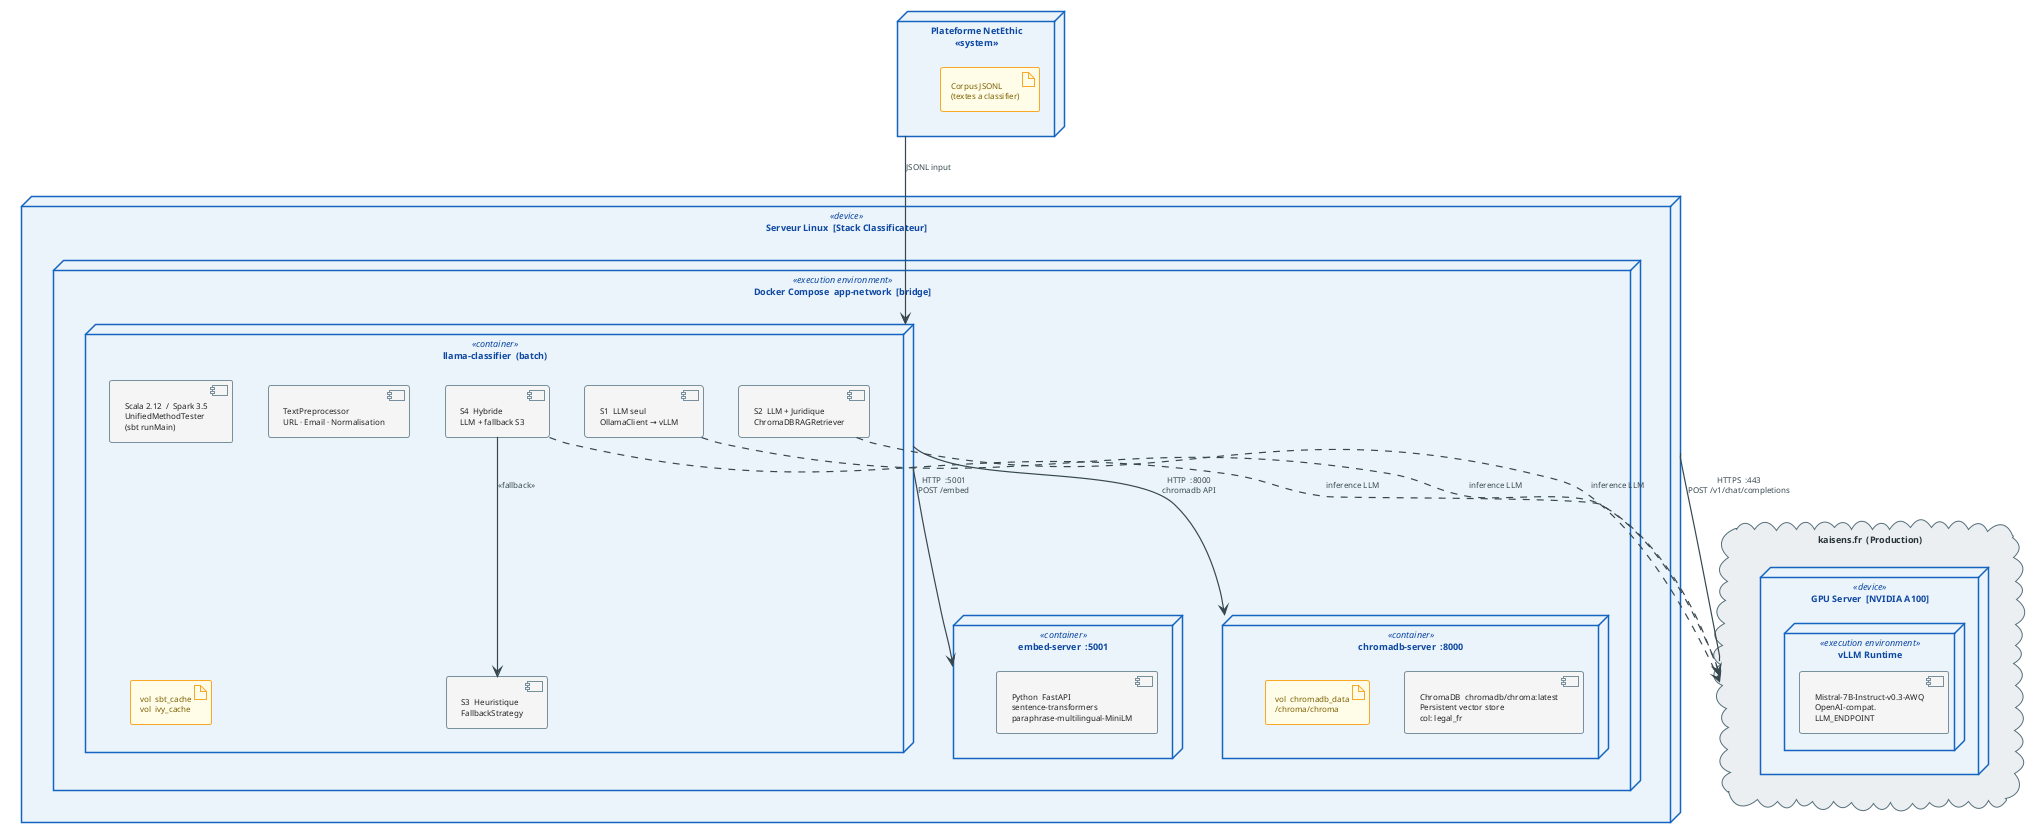
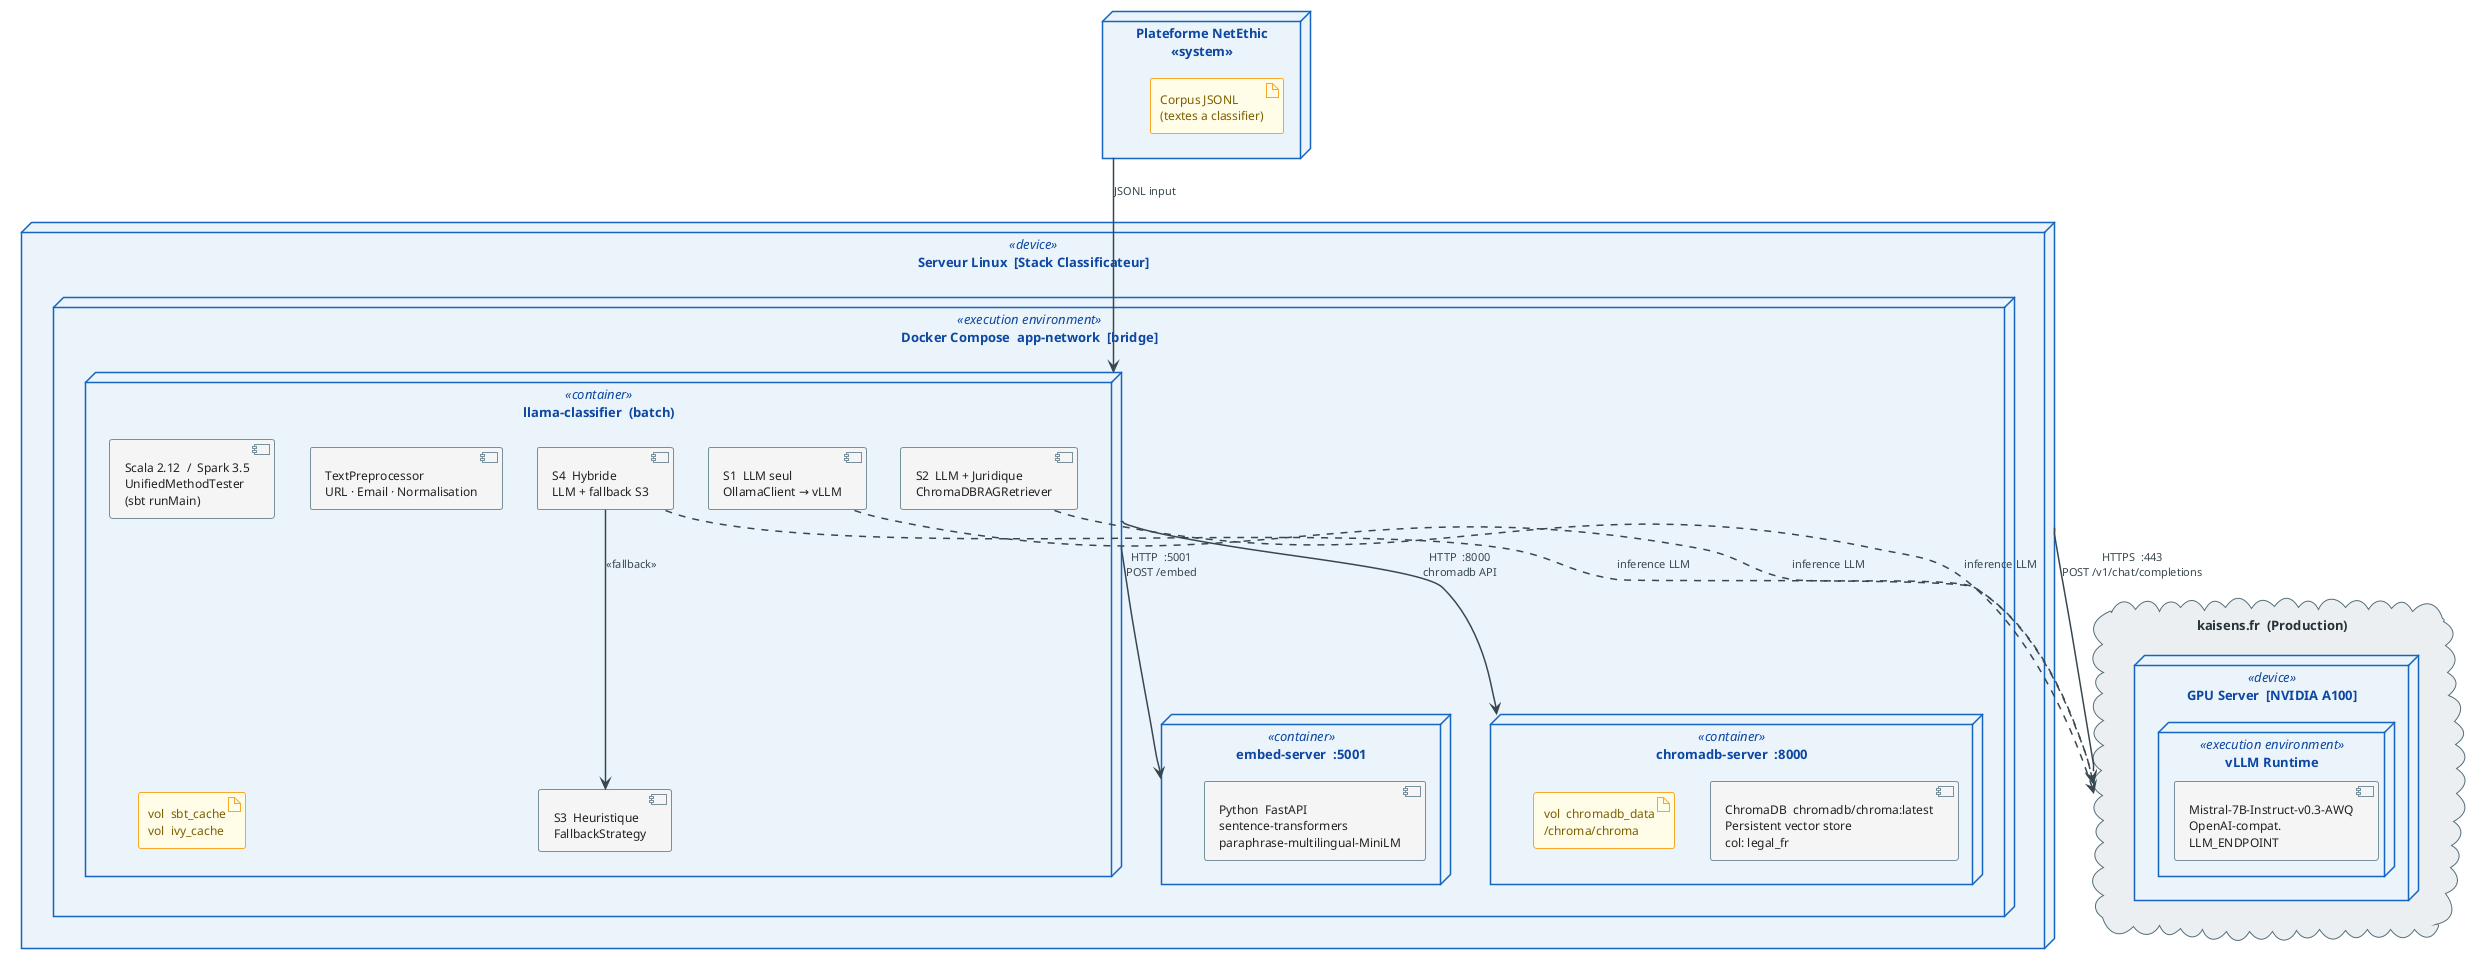
﻿@startuml deploiement_classificateur
!theme plain
skinparam defaultFontName Arial
- skinparam defaultFontSize 9
+ skinparam defaultFontSize 13
skinparam shadowing false

skinparam node {
  BackgroundColor #EBF4FB
  BorderColor     #1565C0
  BorderThickness 1.5
  FontColor       #0D47A1
-   FontSize        9
+   FontSize        13
}
skinparam artifact {
  BackgroundColor #FFFDE7
  BorderColor     #F9A825
  FontColor       #7B5E00
-   FontSize        8
+   FontSize        12
}
skinparam component {
  BackgroundColor #F5F5F5
  BorderColor     #78909C
  FontColor       #212121
-   FontSize        8
+   FontSize        12
}
skinparam cloud {
  BackgroundColor #ECEFF1
  BorderColor     #546E7A
  FontColor       #263238
}
skinparam arrow {
  Color     #37474F
-   Thickness 1.2
-   FontSize  8
+   Thickness 1.5
+   FontSize  11
  FontColor #37474F
}


' ─── CLIENT ────────────────────────────────────────────────
node "Plateforme NetEthic\n<<system>>" as CLI {
  artifact "Corpus JSONL\n(textes a classifier)" as BR
}

' ─── STACK CLASSIFICATEUR ──────────────────────────────────
node "Serveur Linux  [Stack Classificateur]" <<device>> as HOST {
  node "Docker Compose  app-network  [bridge]" <<execution environment>> as NET {

    node "embed-server  :5001" <<container>> as EMB {
      component "Python  FastAPI\nsentence-transformers\nparaphrase-multilingual-MiniLM" as SVC_EMB
    }

    node "chromadb-server  :8000" <<container>> as CHR {
      component "ChromaDB  chromadb/chroma:latest\nPersistent vector store\ncol: legal_fr" as SVC_CHR
      artifact "vol  chromadb_data\n/chroma/chroma" as VOL_CHR
    }

    node "llama-classifier  (batch)" <<container>> as APP {
      component "Scala 2.12  /  Spark 3.5\nUnifiedMethodTester\n(sbt runMain)" as SVC_SBT
      component "S1  LLM seul\nOllamaClient → vLLM" as S1
      component "S2  LLM + Juridique\nChromaDBRAGRetriever" as S2
      component "S3  Heuristique\nFallbackStrategy" as S3
      component "S4  Hybride\nLLM + fallback S3" as S4
      component "TextPreprocessor\nURL · Email · Normalisation" as PREP
      artifact "vol  sbt_cache\nvol  ivy_cache" as VOL_SBT
    }
  }
}

' ─── LLM EXTERNE ───────────────────────────────────────────
cloud "kaisens.fr  (Production)" as EXT {
  node "GPU Server  [NVIDIA A100]" <<device>> as GPU {
    node "vLLM Runtime" <<execution environment>> as VR {
      component "Mistral-7B-Instruct-v0.3-AWQ\nOpenAI-compat.\nLLM_ENDPOINT" as LLM_PROD
    }
  }
}

' ─── CONNEXIONS ────────────────────────────────────────────
CLI   -->  APP  : JSONL input
HOST  --   EXT  : HTTPS  :443\nPOST /v1/chat/completions

APP   -->  EMB  : HTTP  :5001\nPOST /embed
APP   -->  CHR  : HTTP  :8000\nchromadb API
S4    -->  S3   : <<fallback>>

S1   ..>  EXT  : inference LLM
S2   ..>  EXT  : inference LLM
S4   ..>  EXT  : inference LLM

@enduml
